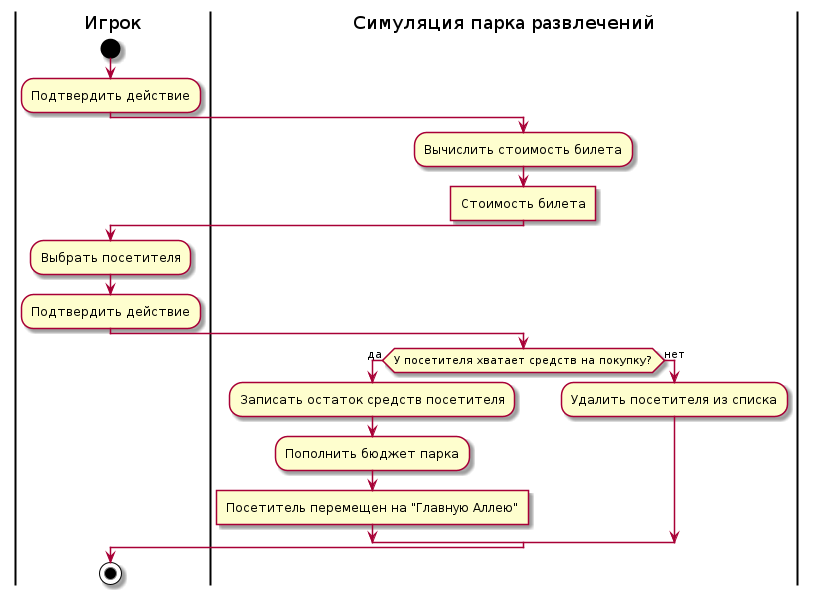
Before: description/images/buy-ticket-activity-diagram.png, a diagram exported from PlantUML (mzhirko/amusement-park).
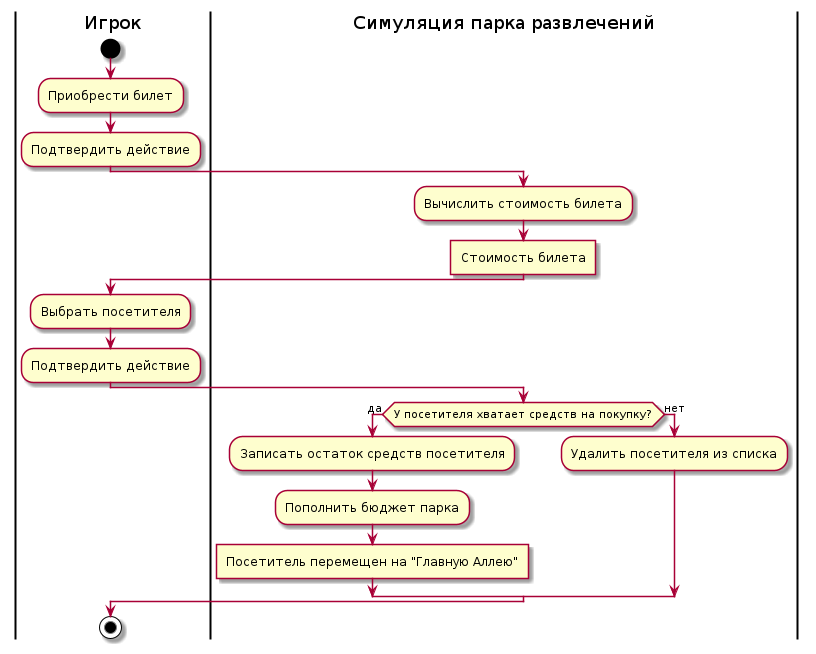
Later version of the same file.

Commit message:
Edit activity diagrams

Change to the diagram source:
```diff
@@ -2,6 +2,7 @@
 skinparam ConditionEndStyle hline
 |Игрок|
 start
+:Приобрести билет;
 :Подтвердить действие;
 |Симуляция парка развлечений|
 :Вычислить стоимость билета;
```
